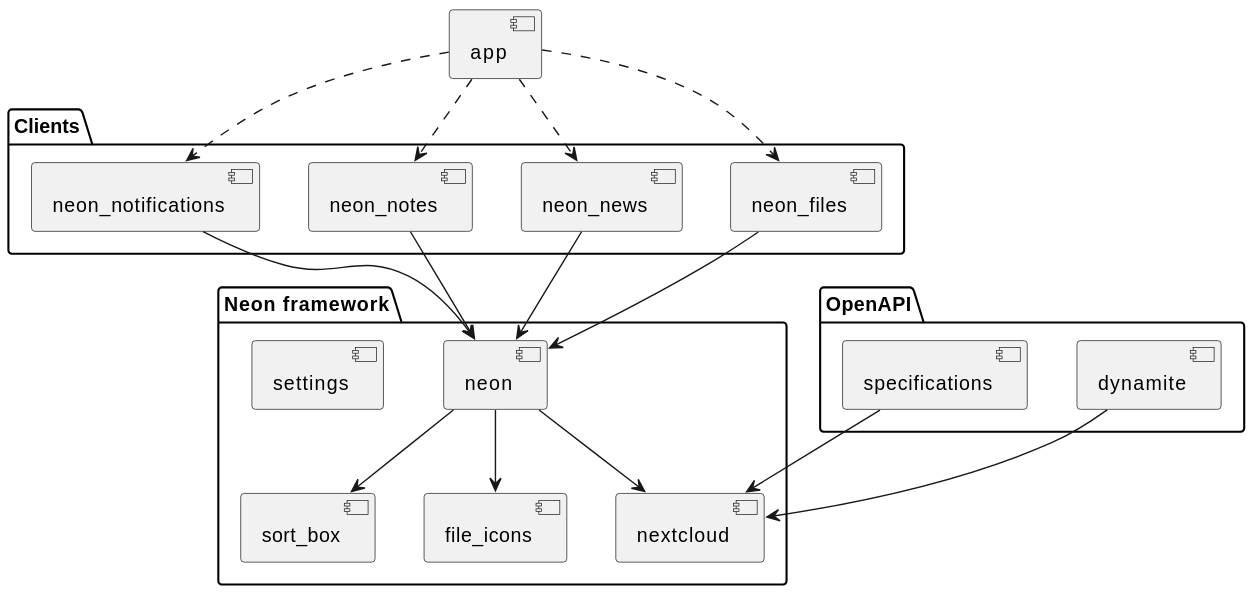
This is docs/architecture.svg from nextcloud/neon, a PlantUML export, as it was before one commit.
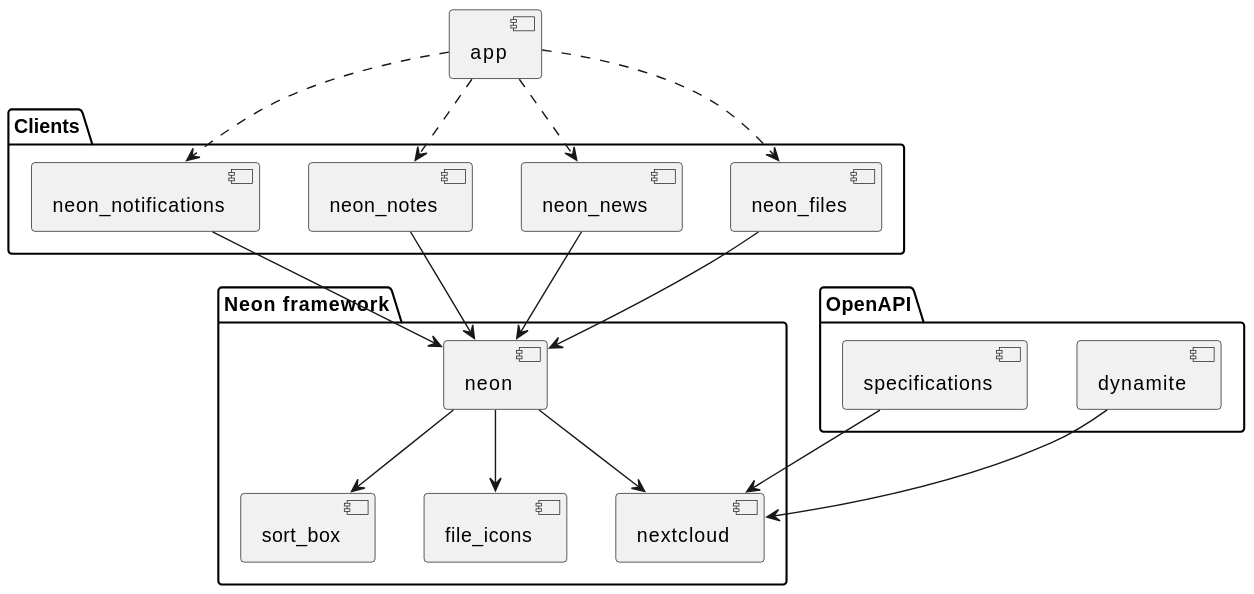
The same file after the commit.

Commit message:
fix(docs): Fix architecture overview

The edit, as a diff of the source:
```diff
@@ -2,7 +2,6 @@
 package "Neon framework" {
     component neon
     component nextcloud
-    component settings
     component sort_box
     component file_icons
 }
```
